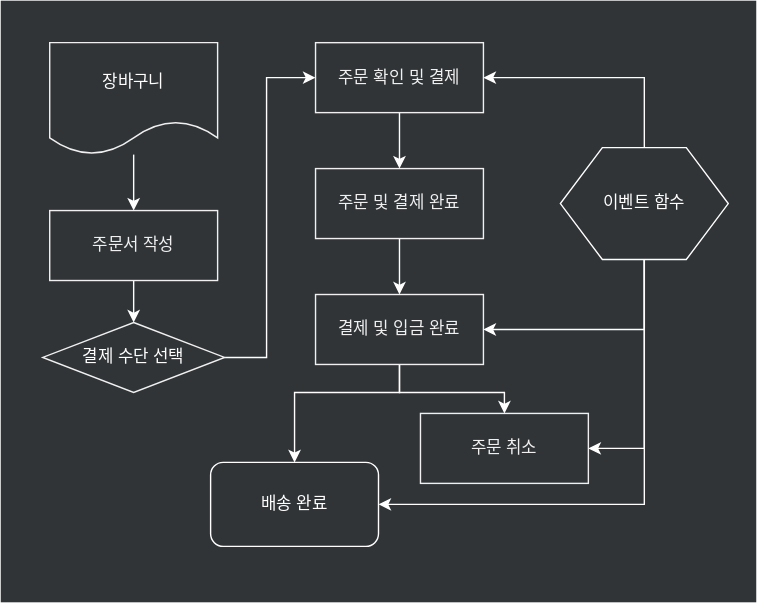
jiholee-ntwglobal/jiholee-ntwglobal.github.io keeps this draw.io diagram as assets/.draw.io/documents/ople-promotion-flow.svg. Above is the earlier version. Source tidied: cells renumbered, new cells last; positions are measured from the earlier drawing's top-left corner, leaving out a move shared by most shapes. The source it was exported from:
```xml
<mxGraphModel>
  <root>
    <mxCell id="0" />
    <mxCell id="1" parent="0" />
    <mxCell id="2" style="rounded=0;whiteSpace=wrap;html=1;fillColor=#303437;strokeColor=none;" parent="1" vertex="1">
      <mxGeometry width="540" height="430" as="geometry" />
    </mxCell>
    <mxCell id="3" style="edgeStyle=orthogonalEdgeStyle;rounded=0;jettySize=auto;html=1;strokeColor=#FFFFFF;" parent="1" edge="1" source="4" target="9">
      <mxGeometry relative="1" as="geometry">
        <Array as="points">
          <mxPoint x="190" y="255" />
          <mxPoint x="190" y="55" />
        </Array>
      </mxGeometry>
    </mxCell>
    <mxCell id="4" value="&lt;font color=&quot;#ffffff&quot;&gt;결제 수단 선택&lt;/font&gt;" style="rhombus;whiteSpace=wrap;html=1;fillColor=none;strokeColor=#F0F0F0;" parent="1" vertex="1">
      <mxGeometry x="30" y="230" width="130" height="50" as="geometry" />
    </mxCell>
    <mxCell id="5" style="edgeStyle=orthogonalEdgeStyle;rounded=0;jettySize=auto;html=1;entryX=0.5;entryY=0;entryDx=0;entryDy=0;strokeColor=#FFFFFF;" parent="1" edge="1" source="14" target="4">
      <mxGeometry relative="1" as="geometry" />
    </mxCell>
    <mxCell id="6" style="edgeStyle=orthogonalEdgeStyle;rounded=0;jettySize=auto;html=1;entryX=0.5;entryY=0;entryDx=0;entryDy=0;strokeColor=#FFFFFF;" parent="1" edge="1" source="7" target="14">
      <mxGeometry relative="1" as="geometry" />
    </mxCell>
    <mxCell id="7" value="&lt;font color=&quot;#ffffff&quot;&gt;장바구니&lt;/font&gt;" style="shape=document;whiteSpace=wrap;html=1;boundedLbl=1;strokeColor=#F0F0F0;fillColor=none;" parent="1" vertex="1">
      <mxGeometry x="35" y="30" width="120" height="80" as="geometry" />
    </mxCell>
    <mxCell id="8" style="edgeStyle=orthogonalEdgeStyle;rounded=0;jettySize=auto;html=1;entryX=0.5;entryY=0;entryDx=0;entryDy=0;strokeColor=#FFFFFF;" parent="1" edge="1" source="9" target="16">
      <mxGeometry relative="1" as="geometry" />
    </mxCell>
    <mxCell id="9" value="주문 확인 및 결제" style="rounded=0;whiteSpace=wrap;html=1;strokeColor=#F0F0F0;fillColor=none;fontColor=#F0F0F0;" parent="1" vertex="1">
      <mxGeometry x="225" y="30" width="120" height="50" as="geometry" />
    </mxCell>
    <mxCell id="10" style="edgeStyle=orthogonalEdgeStyle;rounded=0;jettySize=auto;html=1;entryX=1;entryY=0.5;entryDx=0;entryDy=0;strokeColor=#FFFFFF;exitX=0.5;exitY=0;exitDx=0;exitDy=0;" parent="1" edge="1" source="22" target="9">
      <mxGeometry relative="1" as="geometry">
        <Array as="points">
          <mxPoint x="460" y="55" />
        </Array>
      </mxGeometry>
    </mxCell>
    <mxCell id="11" style="edgeStyle=orthogonalEdgeStyle;rounded=0;jettySize=auto;html=1;entryX=1;entryY=0.5;entryDx=0;entryDy=0;strokeColor=#FFFFFF;exitX=0.5;exitY=1;exitDx=0;exitDy=0;" parent="1" edge="1" source="22" target="19">
      <mxGeometry relative="1" as="geometry">
        <Array as="points">
          <mxPoint x="460" y="235" />
        </Array>
      </mxGeometry>
    </mxCell>
    <mxCell id="12" style="edgeStyle=orthogonalEdgeStyle;rounded=0;jettySize=auto;html=1;entryX=1;entryY=0.5;entryDx=0;entryDy=0;strokeColor=#FFFFFF;exitX=0.5;exitY=1;exitDx=0;exitDy=0;" parent="1" edge="1" source="22" target="20">
      <mxGeometry relative="1" as="geometry">
        <Array as="points">
          <mxPoint x="460" y="320" />
        </Array>
      </mxGeometry>
    </mxCell>
    <mxCell id="13" style="edgeStyle=orthogonalEdgeStyle;rounded=0;jettySize=auto;html=1;strokeColor=#FFFFFF;exitX=0.5;exitY=1;exitDx=0;exitDy=0;entryX=1;entryY=0.5;entryDx=0;entryDy=0;" parent="1" edge="1" source="22" target="21">
      <mxGeometry relative="1" as="geometry">
        <Array as="points">
          <mxPoint x="460" y="360" />
        </Array>
      </mxGeometry>
    </mxCell>
    <mxCell id="14" value="주문서 작성" style="rounded=0;whiteSpace=wrap;html=1;strokeColor=#F0F0F0;fillColor=none;fontColor=#F0F0F0;" parent="1" vertex="1">
      <mxGeometry x="35" y="150" width="120" height="50" as="geometry" />
    </mxCell>
    <mxCell id="15" style="edgeStyle=orthogonalEdgeStyle;rounded=0;jettySize=auto;html=1;entryX=0.5;entryY=0;entryDx=0;entryDy=0;strokeColor=#FFFFFF;" parent="1" edge="1" source="16" target="19">
      <mxGeometry relative="1" as="geometry" />
    </mxCell>
    <mxCell id="16" value="주문 및 결제 완료" style="rounded=0;whiteSpace=wrap;html=1;strokeColor=#F0F0F0;fillColor=none;fontColor=#F0F0F0;" parent="1" vertex="1">
      <mxGeometry x="225" y="120" width="120" height="50" as="geometry" />
    </mxCell>
    <mxCell id="17" style="edgeStyle=orthogonalEdgeStyle;rounded=0;jettySize=auto;html=1;entryX=0.5;entryY=0;entryDx=0;entryDy=0;strokeColor=#FFFFFF;" parent="1" edge="1" source="19" target="20">
      <mxGeometry relative="1" as="geometry" />
    </mxCell>
    <mxCell id="18" style="edgeStyle=orthogonalEdgeStyle;rounded=0;jettySize=auto;html=1;strokeColor=#FFFFFF;entryX=0.5;entryY=0;entryDx=0;entryDy=0;" parent="1" edge="1" source="19" target="21">
      <mxGeometry relative="1" as="geometry">
        <Array as="points">
          <mxPoint x="285" y="280" />
          <mxPoint x="210" y="280" />
        </Array>
      </mxGeometry>
    </mxCell>
    <mxCell id="19" value="결제 및 입금 완료" style="rounded=0;whiteSpace=wrap;html=1;strokeColor=#F0F0F0;fillColor=none;fontColor=#F0F0F0;" parent="1" vertex="1">
      <mxGeometry x="225" y="210" width="120" height="50" as="geometry" />
    </mxCell>
    <mxCell id="20" value="주문 취소" style="rounded=0;whiteSpace=wrap;html=1;strokeColor=#F0F0F0;fillColor=none;fontColor=#F0F0F0;" parent="1" vertex="1">
      <mxGeometry x="300" y="295" width="120" height="50" as="geometry" />
    </mxCell>
    <mxCell id="21" value="&lt;font color=&quot;#ffffff&quot;&gt;배송 완료&lt;/font&gt;" style="rounded=1;whiteSpace=wrap;html=1;strokeColor=#FFFFFF;fillColor=none;" parent="1" vertex="1">
      <mxGeometry x="150" y="330" width="120" height="60" as="geometry" />
    </mxCell>
    <mxCell id="22" value="&lt;font color=&quot;#ffffff&quot;&gt;이벤트 함수&lt;/font&gt;" style="shape=hexagon;perimeter=hexagonPerimeter2;whiteSpace=wrap;html=1;rounded=0;strokeColor=#FFFFFF;fillColor=none;" parent="1" vertex="1">
      <mxGeometry x="400" y="105" width="120" height="80" as="geometry" />
    </mxCell>
  </root>
</mxGraphModel>
```
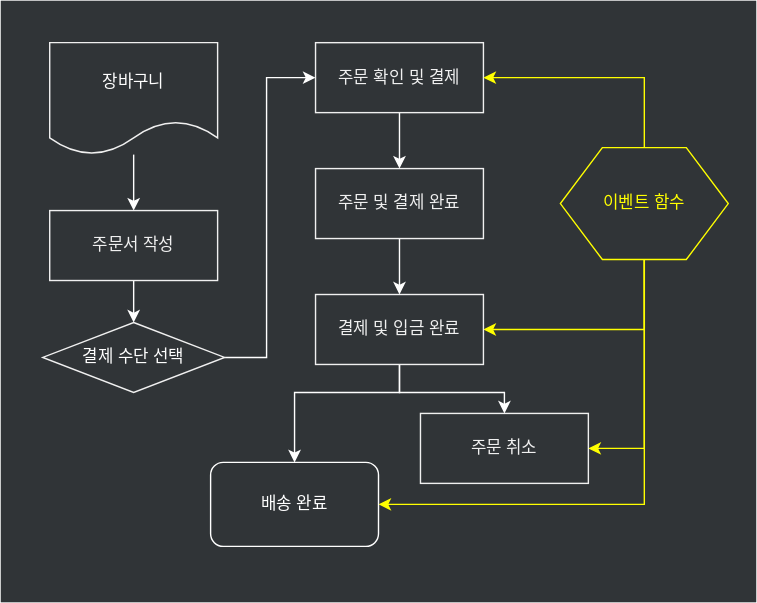
Later version of the same file.

The edit, as a diff of the source:
```diff
@@ -31,28 +31,28 @@
     <mxCell id="9" value="주문 확인 및 결제" style="rounded=0;whiteSpace=wrap;html=1;strokeColor=#F0F0F0;fillColor=none;fontColor=#F0F0F0;" parent="1" vertex="1">
       <mxGeometry x="225" y="30" width="120" height="50" as="geometry" />
     </mxCell>
-    <mxCell id="10" style="edgeStyle=orthogonalEdgeStyle;rounded=0;jettySize=auto;html=1;entryX=1;entryY=0.5;entryDx=0;entryDy=0;strokeColor=#FFFFFF;exitX=0.5;exitY=0;exitDx=0;exitDy=0;" parent="1" edge="1" source="22" target="9">
+    <mxCell id="10" style="edgeStyle=orthogonalEdgeStyle;rounded=0;jettySize=auto;html=1;entryX=1;entryY=0.5;entryDx=0;entryDy=0;strokeColor=#FFFF00;exitX=0.5;exitY=0;exitDx=0;exitDy=0;" parent="1" edge="1" source="22" target="9">
       <mxGeometry relative="1" as="geometry">
         <Array as="points">
           <mxPoint x="460" y="55" />
         </Array>
       </mxGeometry>
     </mxCell>
-    <mxCell id="11" style="edgeStyle=orthogonalEdgeStyle;rounded=0;jettySize=auto;html=1;entryX=1;entryY=0.5;entryDx=0;entryDy=0;strokeColor=#FFFFFF;exitX=0.5;exitY=1;exitDx=0;exitDy=0;" parent="1" edge="1" source="22" target="19">
+    <mxCell id="11" style="edgeStyle=orthogonalEdgeStyle;rounded=0;jettySize=auto;html=1;entryX=1;entryY=0.5;entryDx=0;entryDy=0;strokeColor=#FFFF00;exitX=0.5;exitY=1;exitDx=0;exitDy=0;" parent="1" edge="1" source="22" target="19">
       <mxGeometry relative="1" as="geometry">
         <Array as="points">
           <mxPoint x="460" y="235" />
         </Array>
       </mxGeometry>
     </mxCell>
-    <mxCell id="12" style="edgeStyle=orthogonalEdgeStyle;rounded=0;jettySize=auto;html=1;entryX=1;entryY=0.5;entryDx=0;entryDy=0;strokeColor=#FFFFFF;exitX=0.5;exitY=1;exitDx=0;exitDy=0;" parent="1" edge="1" source="22" target="20">
+    <mxCell id="12" style="edgeStyle=orthogonalEdgeStyle;rounded=0;jettySize=auto;html=1;entryX=1;entryY=0.5;entryDx=0;entryDy=0;strokeColor=#FFFF00;exitX=0.5;exitY=1;exitDx=0;exitDy=0;" parent="1" edge="1" source="22" target="20">
       <mxGeometry relative="1" as="geometry">
         <Array as="points">
           <mxPoint x="460" y="320" />
         </Array>
       </mxGeometry>
     </mxCell>
-    <mxCell id="13" style="edgeStyle=orthogonalEdgeStyle;rounded=0;jettySize=auto;html=1;strokeColor=#FFFFFF;exitX=0.5;exitY=1;exitDx=0;exitDy=0;entryX=1;entryY=0.5;entryDx=0;entryDy=0;" parent="1" edge="1" source="22" target="21">
+    <mxCell id="13" style="edgeStyle=orthogonalEdgeStyle;rounded=0;jettySize=auto;html=1;strokeColor=#FFFF00;exitX=0.5;exitY=1;exitDx=0;exitDy=0;entryX=1;entryY=0.5;entryDx=0;entryDy=0;" parent="1" edge="1" source="22" target="21">
       <mxGeometry relative="1" as="geometry">
         <Array as="points">
           <mxPoint x="460" y="360" />
@@ -88,7 +88,7 @@
     <mxCell id="21" value="&lt;font color=&quot;#ffffff&quot;&gt;배송 완료&lt;/font&gt;" style="rounded=1;whiteSpace=wrap;html=1;strokeColor=#FFFFFF;fillColor=none;" parent="1" vertex="1">
       <mxGeometry x="150" y="330" width="120" height="60" as="geometry" />
     </mxCell>
-    <mxCell id="22" value="&lt;font color=&quot;#ffffff&quot;&gt;이벤트 함수&lt;/font&gt;" style="shape=hexagon;perimeter=hexagonPerimeter2;whiteSpace=wrap;html=1;rounded=0;strokeColor=#FFFFFF;fillColor=none;" parent="1" vertex="1">
+    <mxCell id="22" value="&lt;font&gt;이벤트 함수&lt;/font&gt;" style="shape=hexagon;perimeter=hexagonPerimeter2;whiteSpace=wrap;html=1;rounded=0;strokeColor=#FFFF00;fillColor=none;fontColor=#FFFF00;" parent="1" vertex="1">
       <mxGeometry x="400" y="105" width="120" height="80" as="geometry" />
     </mxCell>
   </root>
```
